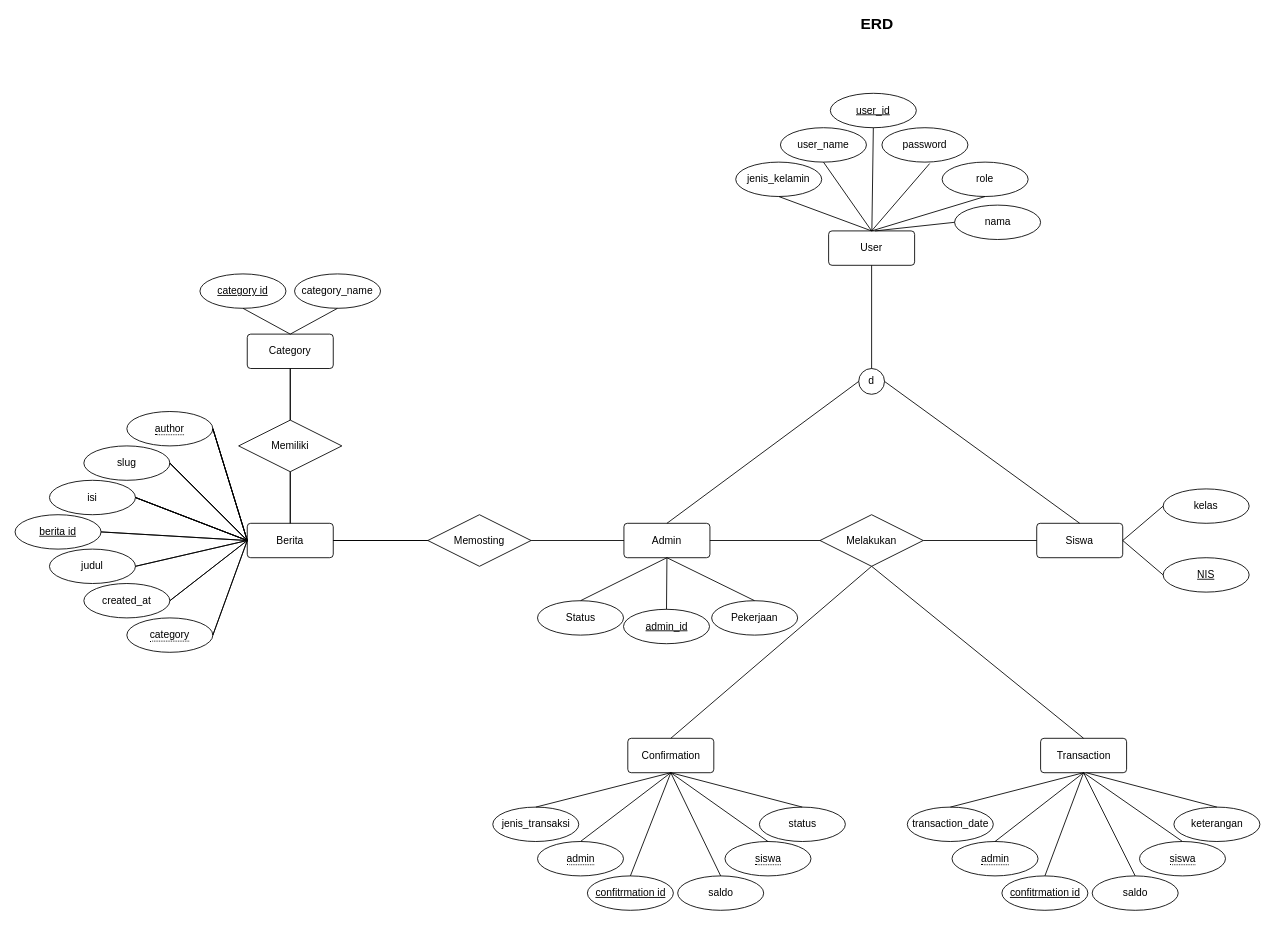
This is database/tabsis.drawio from DzakiyDzakwan/Tabungan_Siswa, a draw.io file, before an edit. Source tidied: cells renumbered, new cells numbered last; positions are measured from the earlier drawing's top-left corner, leaving out a move shared by most shapes. Both pictures are drawn from the tidied source at 86%, with x=0, y=0 at pixel (15, 15).
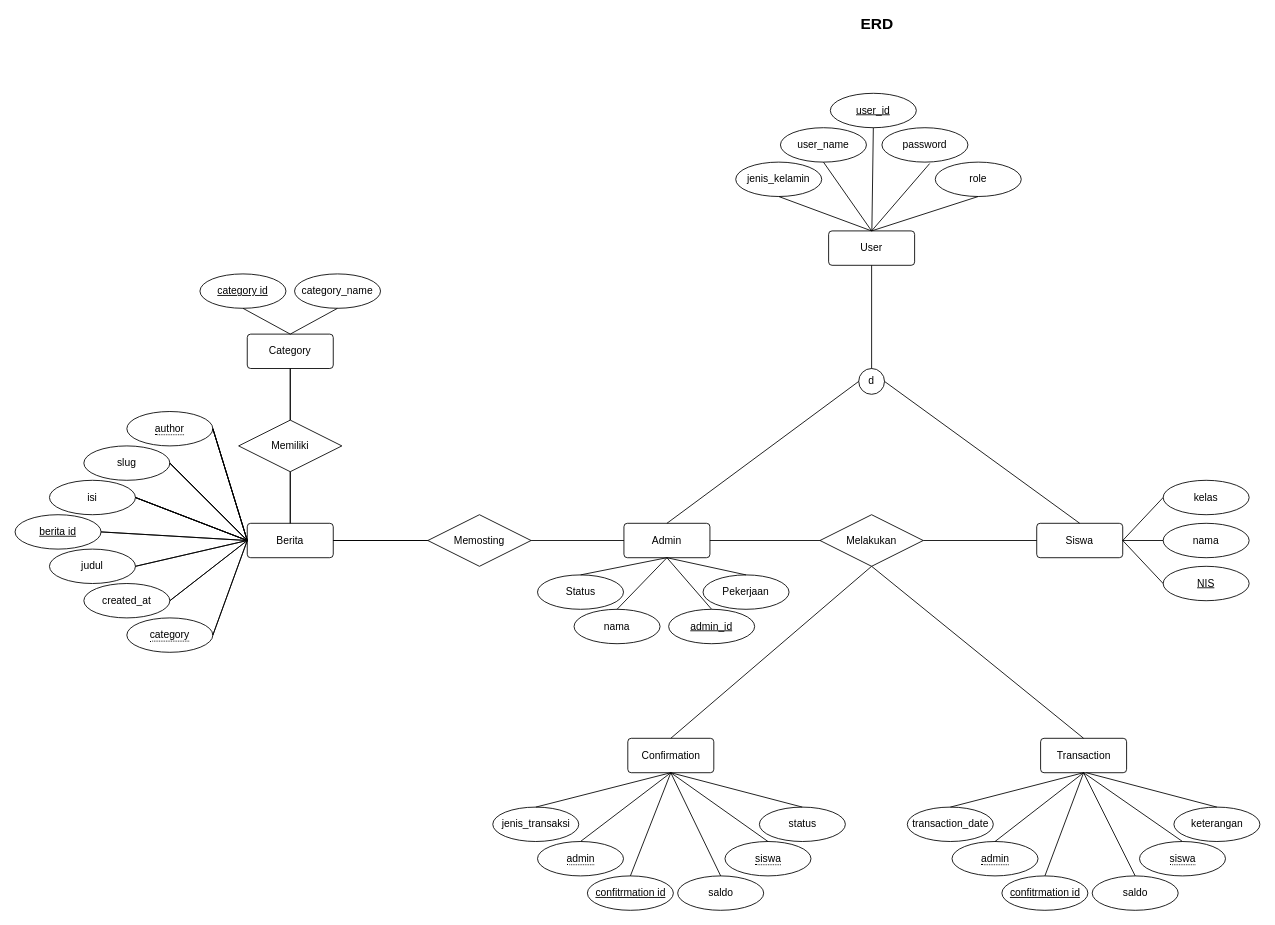
After the change.

The change refers to these unchanged cells:
```xml
<mxCell id="9" value="Admin" style="rounded=1;arcSize=10;whiteSpace=wrap;html=1;align=center;" parent="1" vertex="1">
  <mxGeometry x="708" y="590" width="100" height="40" as="geometry" />
</mxCell>
<mxCell id="11" value="Siswa" style="rounded=1;arcSize=10;whiteSpace=wrap;html=1;align=center;" parent="1" vertex="1">
  <mxGeometry x="1188" y="590" width="100" height="40" as="geometry" />
</mxCell>
```

The edit, as a diff of the source:
```diff
@@
     <mxCell id="7" value="role" style="ellipse;whiteSpace=wrap;html=1;align=center;" parent="1" vertex="1">
-      <mxGeometry x="1078" y="170" width="100" height="40" as="geometry" />
+      <mxGeometry x="1070" y="170" width="100" height="40" as="geometry" />
     </mxCell>
@@
     <mxCell id="41" value="admin_id" style="ellipse;whiteSpace=wrap;html=1;align=center;fontStyle=4;" parent="1" vertex="1">
-      <mxGeometry x="707.5" y="690" width="100" height="40" as="geometry" />
+      <mxGeometry x="760" y="690" width="100" height="40" as="geometry" />
     </mxCell>
     <mxCell id="42" value="Pekerjaan" style="ellipse;whiteSpace=wrap;html=1;align=center;" parent="1" vertex="1">
-      <mxGeometry x="810" y="680" width="100" height="40" as="geometry" />
+      <mxGeometry x="800" y="650" width="100" height="40" as="geometry" />
     </mxCell>
     <mxCell id="43" value="Status" style="ellipse;whiteSpace=wrap;html=1;align=center;" parent="1" vertex="1">
-      <mxGeometry x="607.5" y="680" width="100" height="40" as="geometry" />
+      <mxGeometry x="607.5" y="650" width="100" height="40" as="geometry" />
     </mxCell>
@@
     <mxCell id="53" value="NIS" style="ellipse;whiteSpace=wrap;html=1;align=center;fontStyle=4;" parent="1" vertex="1">
-      <mxGeometry x="1335" y="630" width="100" height="40" as="geometry" />
+      <mxGeometry x="1335" y="640" width="100" height="40" as="geometry" />
     </mxCell>
     <mxCell id="54" value="kelas" style="ellipse;whiteSpace=wrap;html=1;align=center;" parent="1" vertex="1">
-      <mxGeometry x="1335" y="550" width="100" height="40" as="geometry" />
+      <mxGeometry x="1335" y="540" width="100" height="40" as="geometry" />
     </mxCell>
@@
-    <mxCell id="87" value="nama" style="ellipse;whiteSpace=wrap;html=1;align=center;" parent="1" vertex="1">
-      <mxGeometry x="1092.5" y="220" width="100" height="40" as="geometry" />
-    </mxCell>
-    <mxCell id="88" style="endArrow=none;html=1;rounded=0;exitX=0;exitY=0.5;exitDx=0;exitDy=0;" parent="1" edge="1" source="87">
-      <mxGeometry relative="1" as="geometry">
-        <mxPoint x="1000" y="250" as="targetPoint" />
-      </mxGeometry>
-    </mxCell>
@@
+    <mxCell id="105" value="nama" style="ellipse;whiteSpace=wrap;html=1;align=center;" parent="1" vertex="1">
+      <mxGeometry x="1335" y="590" width="100" height="40" as="geometry" />
+    </mxCell>
+    <mxCell id="106" style="endArrow=none;html=1;rounded=0;exitX=1;exitY=0.5;exitDx=0;exitDy=0;entryX=0;entryY=0.5;entryDx=0;entryDy=0;" parent="1" edge="1" source="11" target="105">
+      <mxGeometry relative="1" as="geometry" />
+    </mxCell>
+    <mxCell id="107" value="nama" style="ellipse;whiteSpace=wrap;html=1;align=center;" parent="1" vertex="1">
+      <mxGeometry x="650" y="690" width="100" height="40" as="geometry" />
+    </mxCell>
+    <mxCell id="108" style="endArrow=none;html=1;rounded=0;entryX=0.5;entryY=0;entryDx=0;entryDy=0;exitX=0.5;exitY=1;exitDx=0;exitDy=0;" parent="1" edge="1" source="9" target="107">
+      <mxGeometry relative="1" as="geometry" />
+    </mxCell>
```
